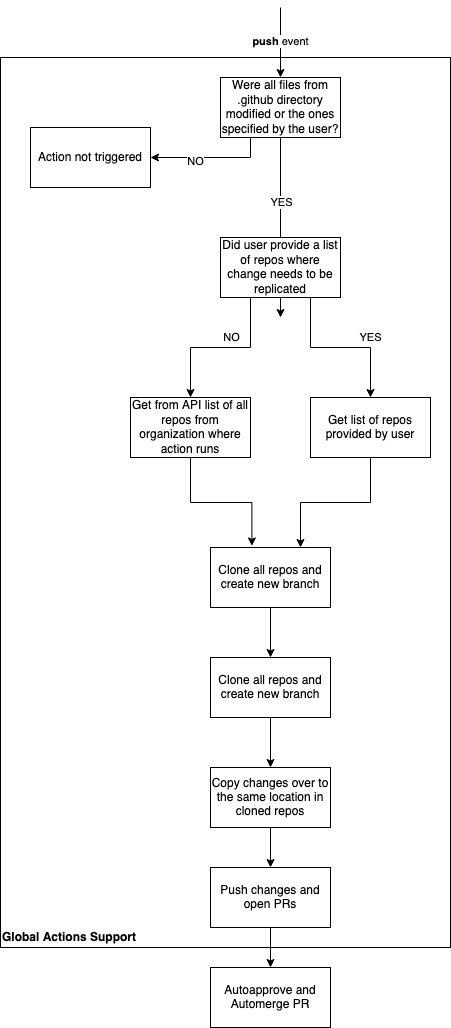
The draw.io diagram diagram.png in derberg/manage-files-in-multiple-repositories, before a commit. Source tidied: cells renumbered, new cells last; positions are measured from the earlier drawing's top-left corner, leaving out a move shared by most shapes.
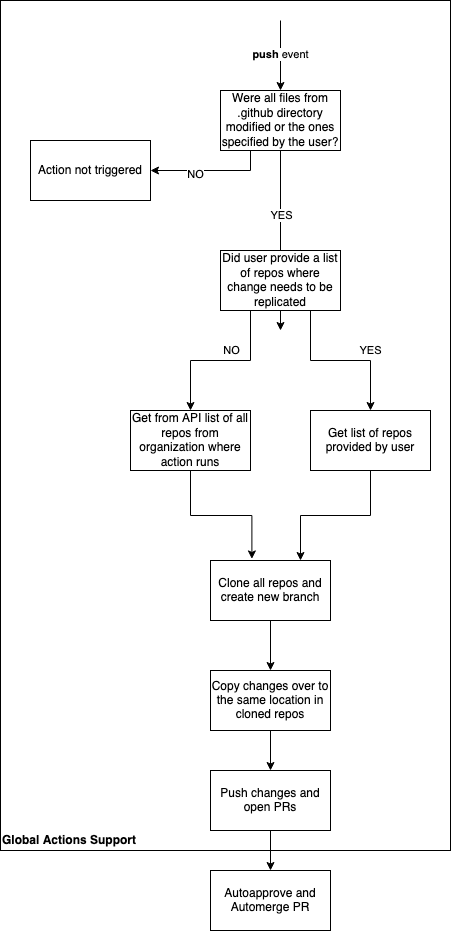
After the change.

The edit, as a diff of the source:
```diff
@@ -68,35 +68,31 @@
     <mxCell id="18" value="Get list of repos provided by user" style="rounded=0;whiteSpace=wrap;html=1;" parent="1" vertex="1">
       <mxGeometry x="310" y="390" width="120" height="60" as="geometry" />
     </mxCell>
-    <mxCell id="19" style="edgeStyle=orthogonalEdgeStyle;rounded=0;jettySize=auto;html=1;exitX=0.5;exitY=1;exitDx=0;exitDy=0;entryX=0.5;entryY=0;entryDx=0;entryDy=0;" parent="1" edge="1" source="20" target="22">
-      <mxGeometry relative="1" as="geometry" />
-    </mxCell>
     <mxCell id="20" value="Clone all repos and create new branch" style="rounded=0;whiteSpace=wrap;html=1;" parent="1" vertex="1">
       <mxGeometry x="210" y="540" width="120" height="60" as="geometry" />
     </mxCell>
-    <mxCell id="21" style="edgeStyle=orthogonalEdgeStyle;rounded=0;jettySize=auto;html=1;exitX=0.5;exitY=1;exitDx=0;exitDy=0;entryX=0.5;entryY=0;entryDx=0;entryDy=0;" parent="1" edge="1" source="22" target="24">
-      <mxGeometry relative="1" as="geometry" />
+    <mxCell id="21" style="edgeStyle=orthogonalEdgeStyle;rounded=0;jettySize=auto;html=1;exitX=0.5;exitY=1;exitDx=0;exitDy=0;entryX=0.5;entryY=0;entryDx=0;entryDy=0;" parent="1" edge="1" target="24">
+      <mxGeometry relative="1" as="geometry">
+        <mxPoint x="270" y="600" as="sourcePoint" />
+      </mxGeometry>
     </mxCell>
-    <mxCell id="22" value="Clone all repos and create new branch" style="rounded=0;whiteSpace=wrap;html=1;" parent="1" vertex="1">
-      <mxGeometry x="210" y="650" width="120" height="60" as="geometry" />
-    </mxCell>
     <mxCell id="23" style="edgeStyle=orthogonalEdgeStyle;rounded=0;jettySize=auto;html=1;exitX=0.5;exitY=1;exitDx=0;exitDy=0;entryX=0.5;entryY=0;entryDx=0;entryDy=0;" parent="1" edge="1" source="24" target="26">
       <mxGeometry relative="1" as="geometry" />
     </mxCell>
     <mxCell id="24" value="Copy changes over to the same location in cloned repos" style="rounded=0;whiteSpace=wrap;html=1;" parent="1" vertex="1">
-      <mxGeometry x="210" y="760" width="120" height="60" as="geometry" />
+      <mxGeometry x="210" y="650" width="120" height="60" as="geometry" />
     </mxCell>
     <mxCell id="25" style="edgeStyle=orthogonalEdgeStyle;rounded=0;jettySize=auto;html=1;exitX=0.5;exitY=1;exitDx=0;exitDy=0;entryX=0.5;entryY=0;entryDx=0;entryDy=0;" parent="1" edge="1" source="26" target="28">
       <mxGeometry relative="1" as="geometry" />
     </mxCell>
     <mxCell id="26" value="Push changes and open PRs" style="rounded=0;whiteSpace=wrap;html=1;" parent="1" vertex="1">
-      <mxGeometry x="210" y="860" width="120" height="60" as="geometry" />
+      <mxGeometry x="210" y="750" width="120" height="60" as="geometry" />
     </mxCell>
     <mxCell id="27" value="&lt;div align=&quot;left&quot;&gt;&lt;b&gt;Global Actions Support&lt;/b&gt;&lt;br&gt;&lt;/div&gt;" style="rounded=0;whiteSpace=wrap;html=1;fillColor=none;align=left;verticalAlign=bottom;" parent="1" vertex="1">
-      <mxGeometry y="50" width="450" height="890" as="geometry" />
+      <mxGeometry y="-20" width="450" height="850" as="geometry" />
     </mxCell>
     <mxCell id="28" value="Autoapprove and Automerge PR" style="rounded=0;whiteSpace=wrap;html=1;fillColor=none;" parent="1" vertex="1">
-      <mxGeometry x="210" y="960" width="120" height="60" as="geometry" />
+      <mxGeometry x="210" y="850" width="120" height="60" as="geometry" />
     </mxCell>
   </root>
 </mxGraphModel>
```
